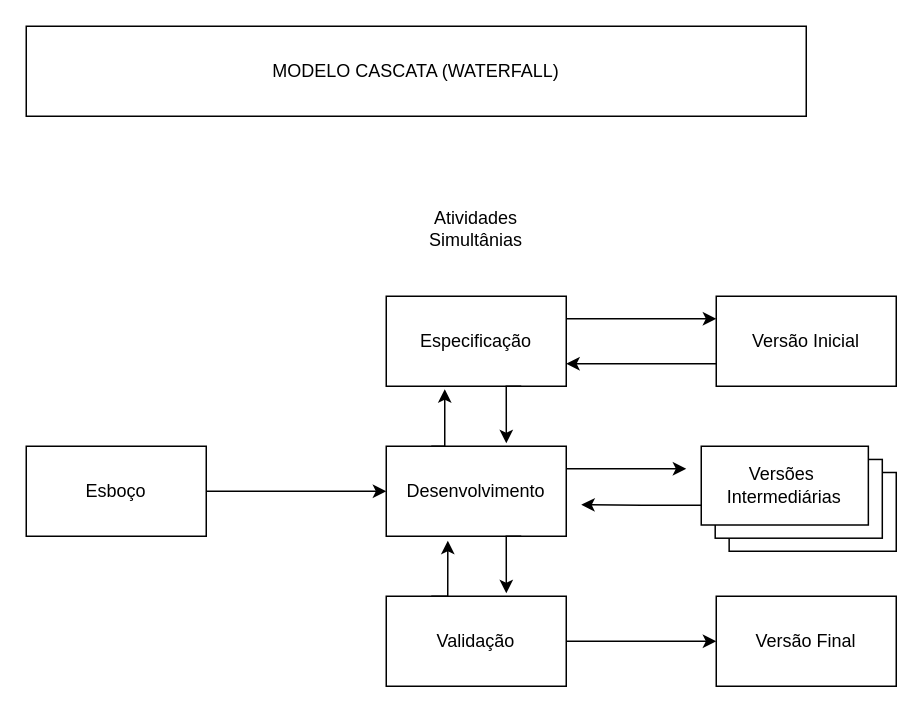
The draw.io diagram Diagramas/Modelo Incremental.drawio in Shinymonke69/Diagramas, before the edit. Source tidied: cells renumbered, new cells numbered last; positions are measured from the earlier drawing's top-left corner, leaving out a move shared by most shapes. Both pictures are drawn from the tidied source at 150%, with x=0, y=0 at pixel (26, 26).
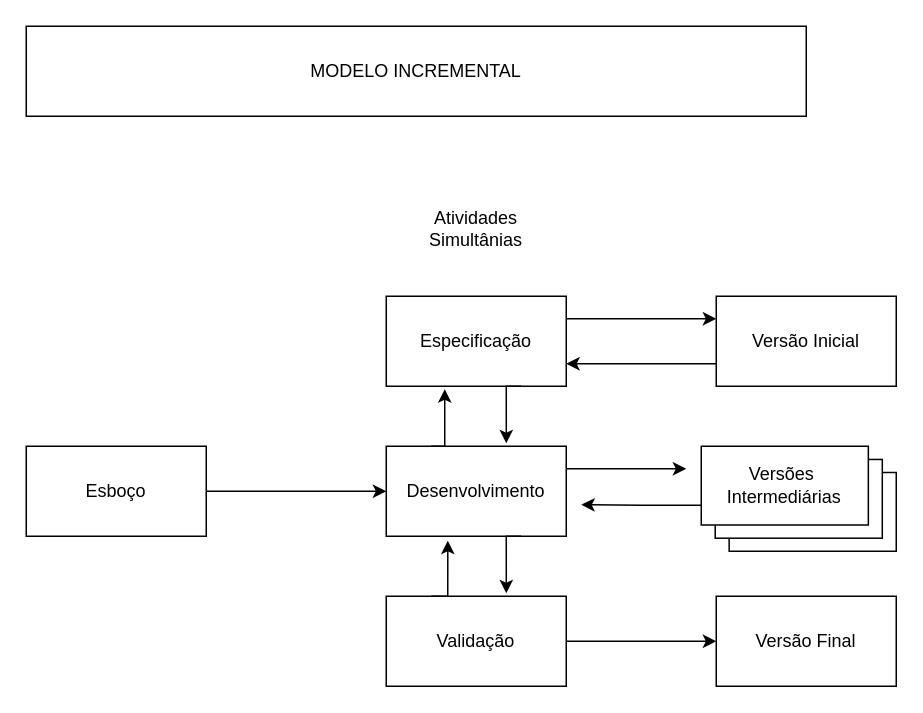
The same diagram, later.

What changed in the source:
```diff
@@
-    <mxCell id="2" value="MODELO CASCATA (WATERFALL)" style="rounded=0;whiteSpace=wrap;html=1;" parent="1" vertex="1">
+    <mxCell id="2" value="MODELO INCREMENTAL" style="rounded=0;whiteSpace=wrap;html=1;" parent="1" vertex="1">
       <mxGeometry width="520" height="60" as="geometry" />
     </mxCell>
```
